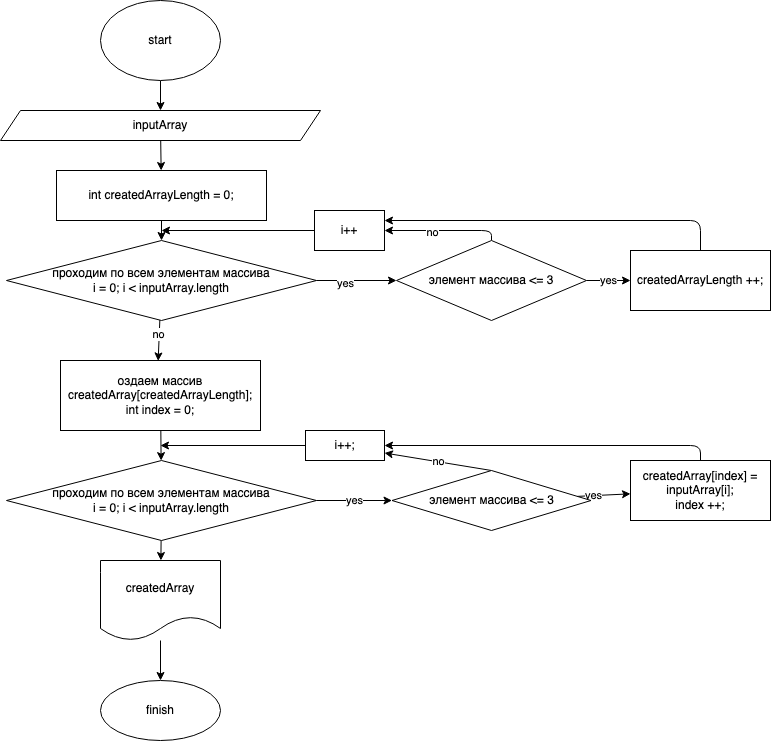
AlexanderRostovshchikov/final_test_work_first_quarter keeps this draw.io diagram as finalTest.drawio.png. Above is the earlier version. Source tidied: cells renumbered, new cells last; positions are measured from the earlier drawing's top-left corner, leaving out a move shared by most shapes.
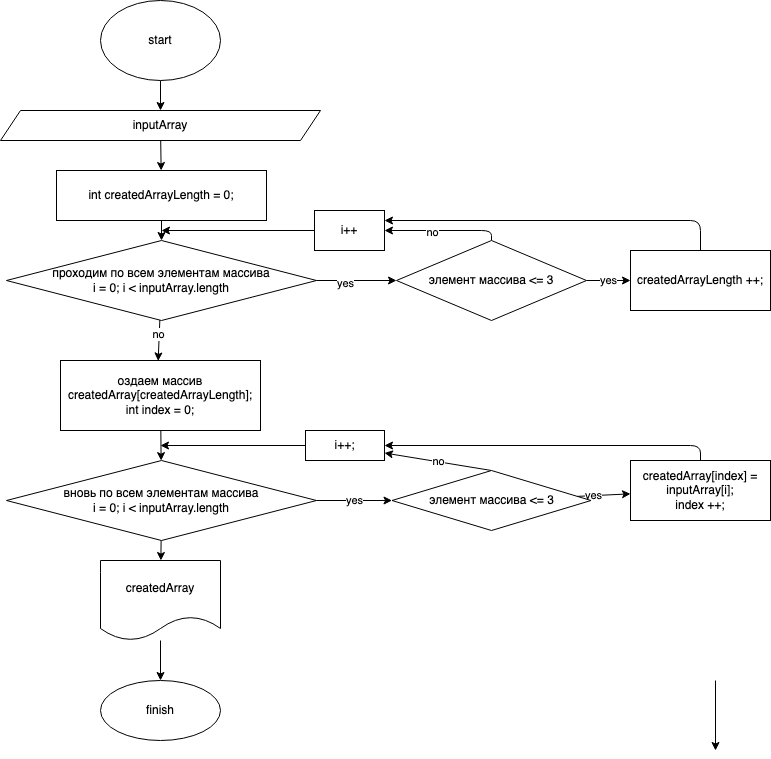
After the commit.

Commit message:
mod algorithm

What changed in the source:
```diff
@@ -85,7 +85,7 @@
     <mxCell id="24" style="edgeStyle=none;html=1;" parent="1" edge="1" source="25" target="35">
       <mxGeometry relative="1" as="geometry" />
     </mxCell>
-    <mxCell id="25" value="проходим по всем элементам массива&lt;br&gt;i = 0; i &amp;lt; inputArray.length" style="rhombus;whiteSpace=wrap;html=1;" parent="1" vertex="1">
+    <mxCell id="25" value="вновь по всем элементам массива&lt;br&gt;i = 0; i &amp;lt; inputArray.length" style="rhombus;whiteSpace=wrap;html=1;" parent="1" vertex="1">
       <mxGeometry x="6" y="460" width="310" height="80" as="geometry" />
     </mxCell>
     <mxCell id="26" style="edgeStyle=none;html=1;" parent="1" edge="1" source="29" target="31">
@@ -127,5 +127,11 @@
     <mxCell id="36" value="finish" style="ellipse;whiteSpace=wrap;html=1;" parent="1" vertex="1">
       <mxGeometry x="100" y="680" width="120" height="60" as="geometry" />
     </mxCell>
+    <mxCell id="37" style="edgeStyle=none;html=1;" parent="1" edge="1">
+      <mxGeometry relative="1" as="geometry">
+        <mxPoint x="715" y="680" as="sourcePoint" />
+        <mxPoint x="715" y="750" as="targetPoint" />
+      </mxGeometry>
+    </mxCell>
   </root>
 </mxGraphModel>
```
